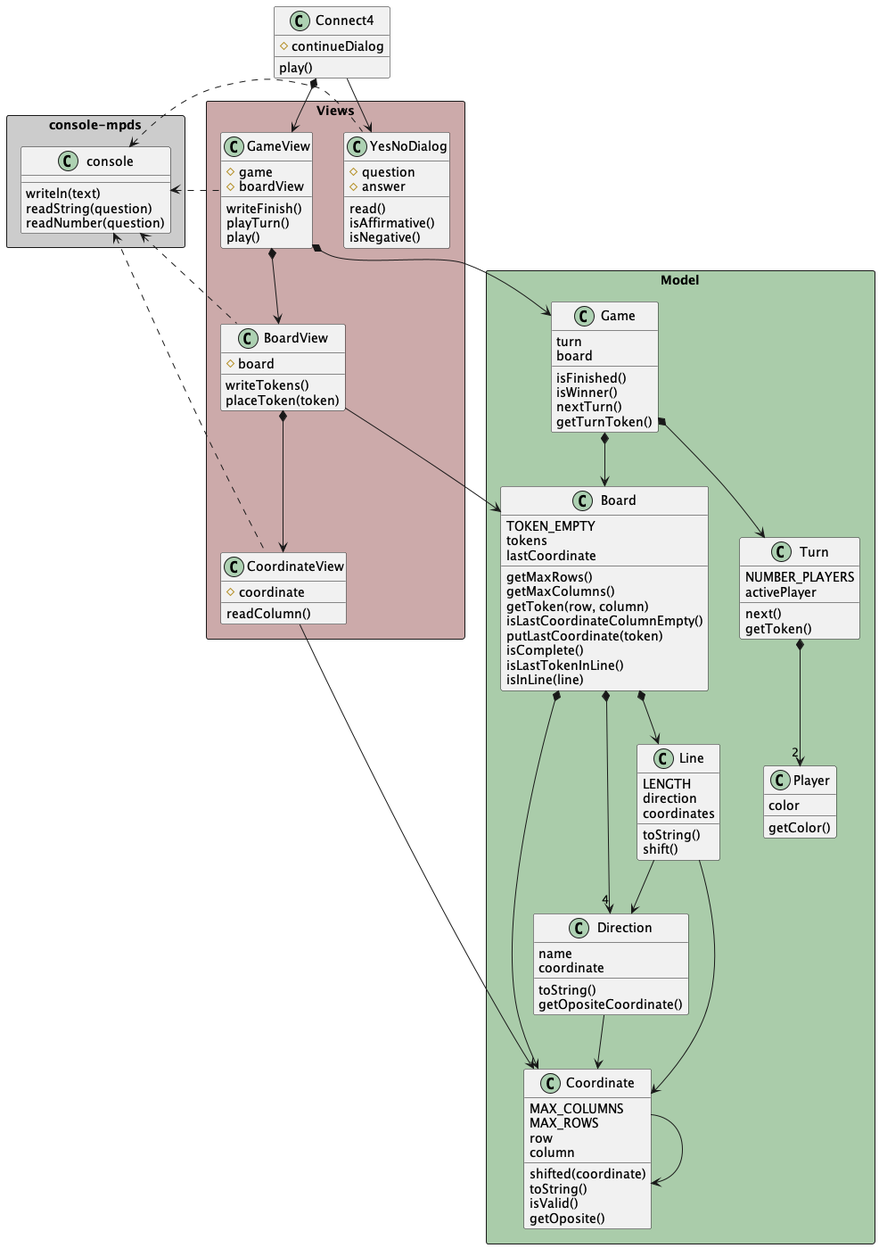
mpaulaherrero/escuelaIT keeps this PlantUML diagram as game-connect4/docs/diagrams/objectOriented/constructorFunction/class diagram/connect4_constructorFunction_classdiagram.png. Above is the earlier version.
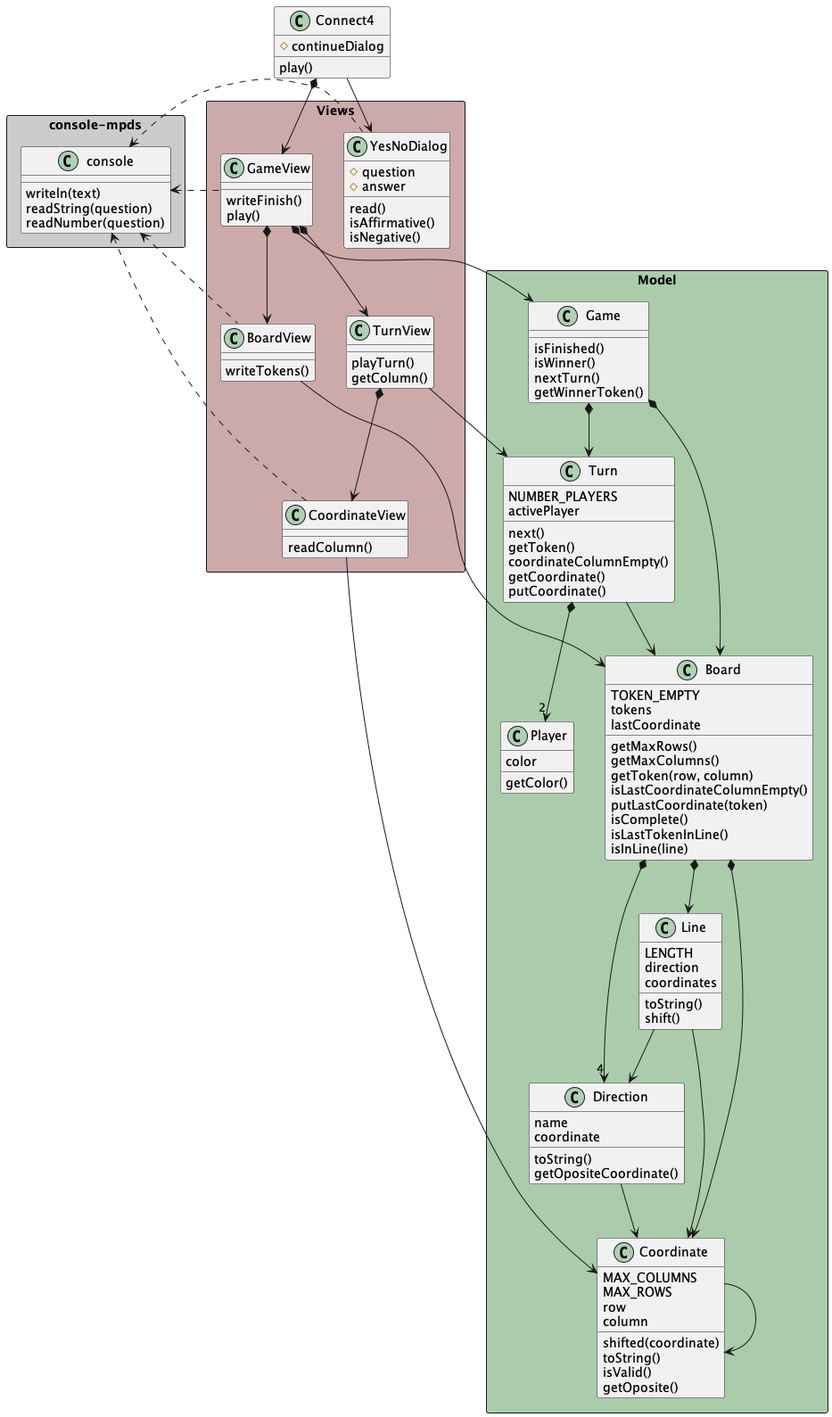
Later version of the same file.

Commit message:
turnView y player

Diff of the diagram source:
```diff
@@ -59,35 +59,35 @@
         activePlayer
         next()
         getToken()
+        coordinateColumnEmpty()
+        getCoordinate()
+        putCoordinate()
     }
 
     class Game {
-        turn
-        board
         isFinished()
         isWinner()
         nextTurn()
-        getTurnToken()
+        getWinnerToken()
     }
 }
 
 package "Views" <<Rectangle>> #caa {
     class CoordinateView {
-        #coordinate
         readColumn()
     }
 
     class BoardView{
-        #board
         writeTokens()
-        placeToken(token)
+    }
+
+    class TurnView {
+        playTurn()
+        getColumn()
     }
 
     class GameView {
-        #game
-        #boardView
         writeFinish()
-        playTurn()
         play()
     }
 
@@ -118,16 +118,20 @@
 Board *-down-> "4" Direction
 Board *-down-> Line
 
-BoardView *-down-> CoordinateView
 BoardView -down-> Board
 
 Turn *-down-> "2" Player
+Turn -down-> Board
+
+TurnView -down-> Turn
+TurnView *-down-> CoordinateView
 
 Game *-down-> Board
 Game *-down-> Turn
 
 GameView *-down-> Game
 GameView *-down-> BoardView
+GameView *-down-> TurnView
 
 Connect4 -down-> YesNoDialog
 Connect4 *-down-> GameView
```
